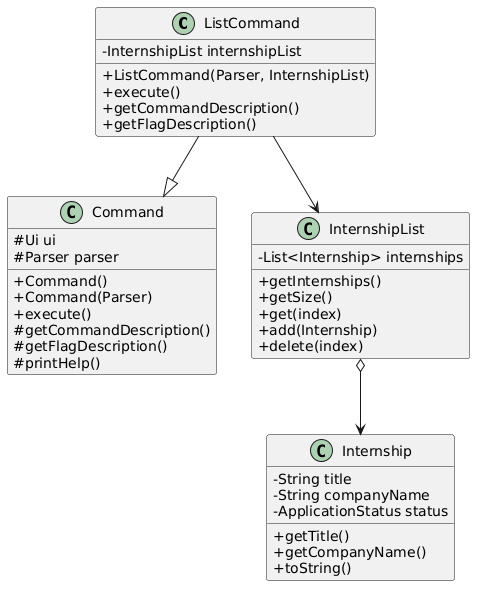
Before: docs/diagrams/ListCommandClassDiagram.png, a diagram exported from PlantUML (Yian123330/tp).
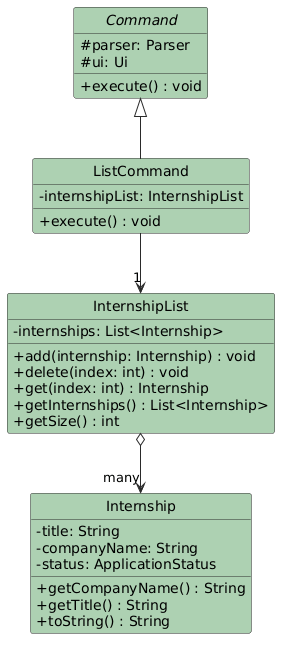
The same diagram one commit later.

Commit message:
Updated Class Diagram for List, delete, delete interview and search internship

Diff of the diagram source:
```diff
@@ -1,45 +1,42 @@
 @startuml
+hide circle
 skinparam classAttributeIconSize 0
-skinparam shadowing false
+skinparam class {
+    BackgroundColor #ADD1B2
+    ArrowColor #2A2A2A
+    BorderColor #2A2A2A
+}
+
+abstract class Command {
+  # parser: Parser
+  # ui: Ui
+  + execute() : void
+}
 
 class ListCommand {
-    - InternshipList internshipList
-    + ListCommand(Parser, InternshipList)
-    + execute()
-    + getCommandDescription()
-    + getFlagDescription()
-}
-
-class Command {
-    # Ui ui
-    # Parser parser
-    + Command()
-    + Command(Parser)
-    + execute()
-    # getCommandDescription()
-    # getFlagDescription()
-    # printHelp()
+  - internshipList: InternshipList
+  + execute() : void
 }
 
 class InternshipList {
-    - List<Internship> internships
-    + getInternships()
-    + getSize()
-    + get(index)
-    + add(Internship)
-    + delete(index)
+  - internships: List<Internship>
+  + add(internship: Internship) : void
+  + delete(index: int) : void
+  + get(index: int) : Internship
+  + getInternships() : List<Internship>
+  + getSize() : int
 }
 
 class Internship {
-    - String title
-    - String companyName
-    - ApplicationStatus status
-    + getTitle()
-    + getCompanyName()
-    + toString()
+  - title: String
+  - companyName: String
+  - status: ApplicationStatus
+  + getCompanyName() : String
+  + getTitle() : String
+  + toString() : String
 }
 
-ListCommand --|> Command
-ListCommand --> InternshipList
-InternshipList o--> Internship
+Command <|-- ListCommand
+ListCommand --> "1" InternshipList
+InternshipList o--> "many" Internship
 @enduml
```
